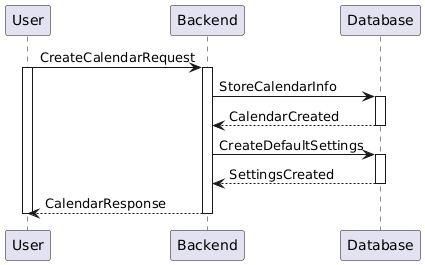
jadwalapp/symmetrical-spoon keeps this PlantUML diagram as docs/diagrams/out/docs/diagrams/sequence-diagrams/all-sequence-diagrams/Create Calendar.png. Above is the earlier version. Its diagram source:
```plantuml
@startuml
User -> Backend ++ : CreateCalendarRequest
activate User

Backend -> Database ++ : StoreCalendarInfo
Database --> Backend -- : CalendarCreated

Backend -> Database ++ : CreateDefaultSettings
Database --> Backend -- : SettingsCreated

Backend --> User -- : CalendarResponse
deactivate User
@enduml
```
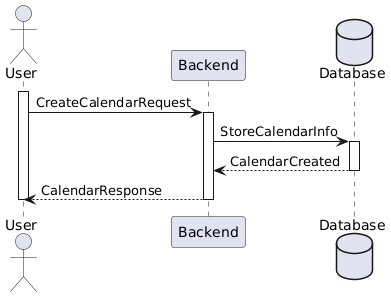
After the commit.

What changed in the source:
```diff
@@ -1,13 +1,16 @@
 @startuml
+actor User
+participant Backend
+database Database
+
+activate User
+
 User -> Backend ++ : CreateCalendarRequest
-activate User
 
 Backend -> Database ++ : StoreCalendarInfo
 Database --> Backend -- : CalendarCreated
 
-Backend -> Database ++ : CreateDefaultSettings
-Database --> Backend -- : SettingsCreated
+Backend --> User -- : CalendarResponse
 
-Backend --> User -- : CalendarResponse
 deactivate User
 @enduml
```
